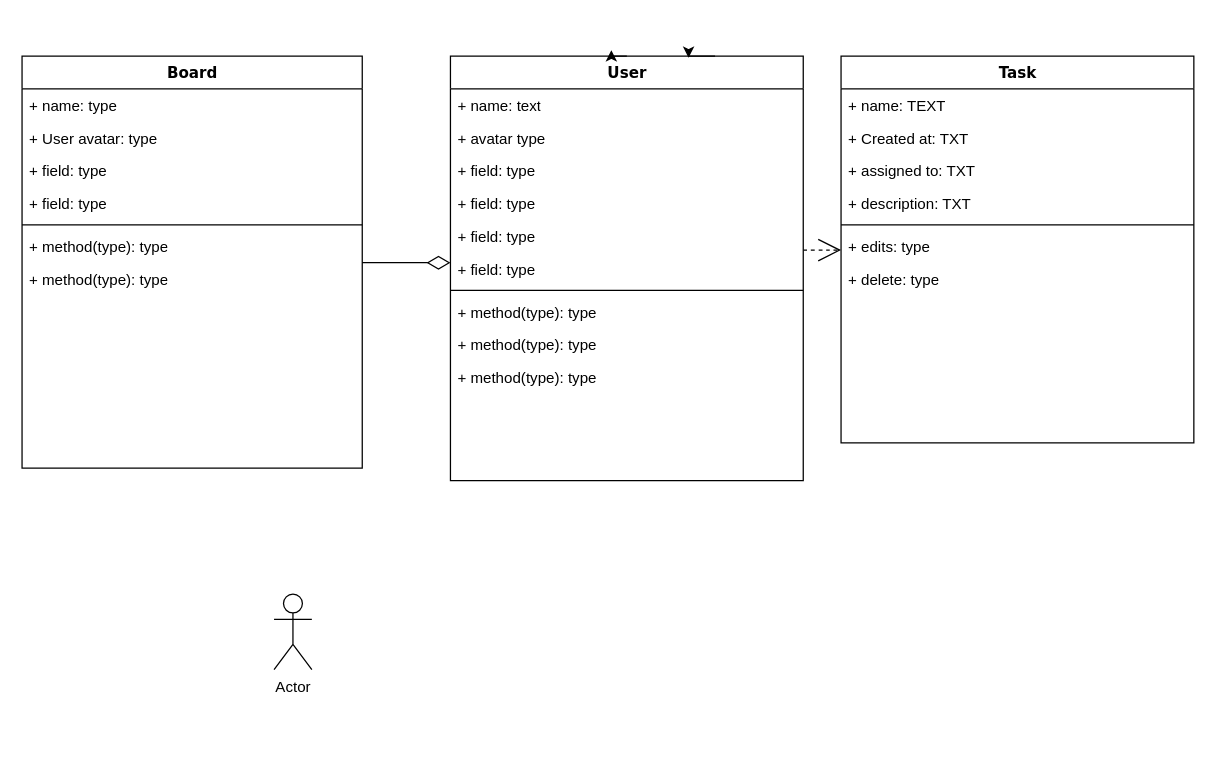
This is Untitled Diagram.drawio from HFMIRE/To-do-list, a draw.io file, before an edit. Source tidied: cells renumbered, new cells numbered last; positions are measured from the earlier drawing's top-left corner, leaving out a move shared by most shapes. Both pictures are drawn from the tidied source at 126%, with x=0, y=0 at pixel (21, 55).
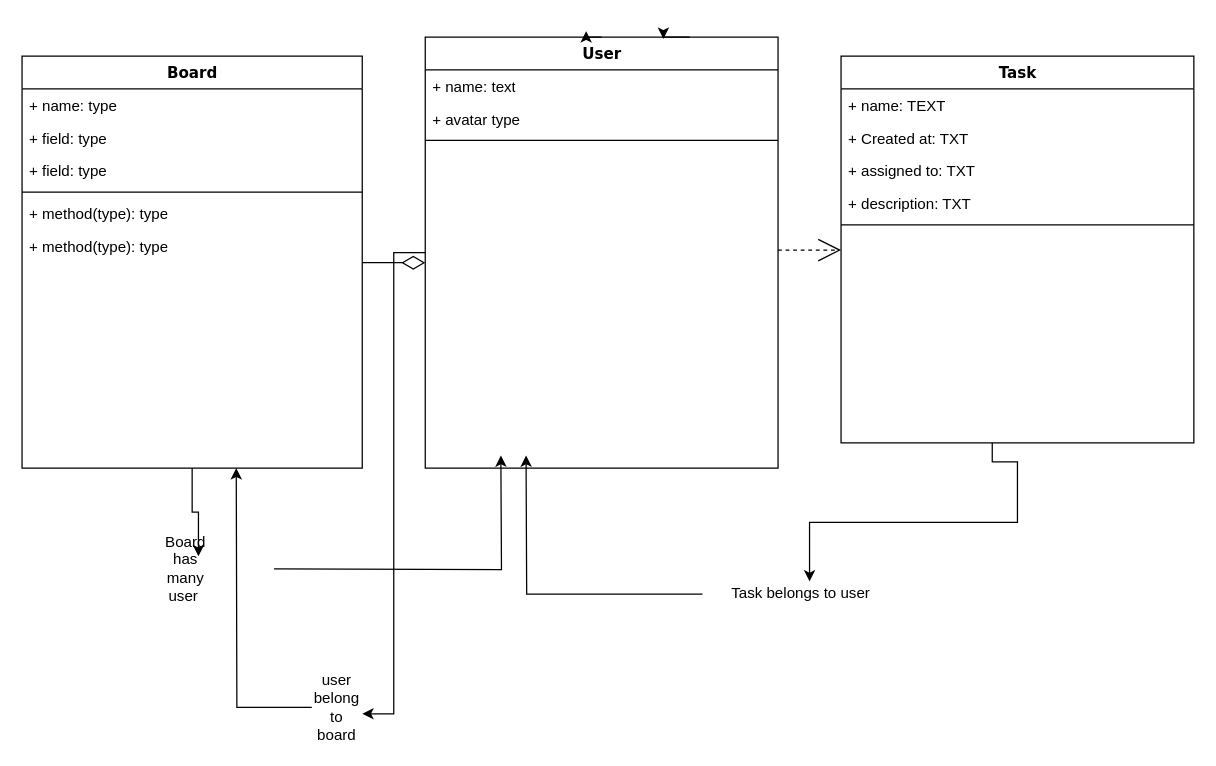
The same diagram, later.

The change refers to these unchanged cells:
```xml
<mxCell id="2" value="Board" style="swimlane;html=1;fontStyle=1;align=center;verticalAlign=top;horizontal=1;startSize=26;swimlaneFillColor=#ffffff;rounded=0;shadow=0;comic=0;labelBackgroundColor=none;strokeWidth=1;fillColor=none;fontFamily=Verdana;fontSize=12;" parent="1" vertex="1">
  <mxGeometry width="270" height="327" as="geometry" />
</mxCell>
<mxCell id="22" value="Task" style="swimlane;html=1;fontStyle=1;align=center;verticalAlign=top;horizontal=1;startSize=26;swimlaneFillColor=#ffffff;rounded=0;shadow=0;comic=0;labelBackgroundColor=none;strokeWidth=1;fillColor=none;fontFamily=Verdana;fontSize=12;" parent="1" vertex="1">
  <mxGeometry x="650" width="280" height="307" as="geometry" />
</mxCell>
```

Diff of the diagram source:
```diff
@@
+    <mxCell id="34" style="edgeStyle=orthogonalEdgeStyle;rounded=0;jettySize=auto;html=1;entryX=0.75;entryY=0;entryDx=0;entryDy=0;" parent="1" edge="1" source="2" target="40">
+      <mxGeometry relative="1" as="geometry" />
+    </mxCell>
@@
-    <mxCell id="4" value="+ User avatar: type" style="text;html=1;strokeColor=none;fillColor=none;align=left;verticalAlign=top;spacingLeft=4;spacingRight=4;whiteSpace=wrap;overflow=hidden;" parent="2" vertex="1">
-      <mxGeometry y="52" width="270" height="26" as="geometry" />
-    </mxCell>
     <mxCell id="5" value="+ field: type" style="text;html=1;strokeColor=none;fillColor=none;align=left;verticalAlign=top;spacingLeft=4;spacingRight=4;whiteSpace=wrap;overflow=hidden;" parent="2" vertex="1">
-      <mxGeometry y="78" width="270" height="26" as="geometry" />
+      <mxGeometry y="52" width="270" height="26" as="geometry" />
     </mxCell>
     <mxCell id="6" value="+ field: type" style="text;html=1;strokeColor=none;fillColor=none;align=left;verticalAlign=top;spacingLeft=4;spacingRight=4;whiteSpace=wrap;overflow=hidden;" parent="2" vertex="1">
-      <mxGeometry y="104" width="270" height="26" as="geometry" />
+      <mxGeometry y="78" width="270" height="26" as="geometry" />
     </mxCell>
     <mxCell id="7" style="line;html=1;strokeWidth=1;fillColor=none;align=left;verticalAlign=middle;spacingTop=-1;spacingLeft=3;spacingRight=3;labelPosition=right;" parent="2" vertex="1">
-      <mxGeometry y="130" width="270" height="8" as="geometry" />
+      <mxGeometry y="104" width="270" height="8" as="geometry" />
     </mxCell>
     <mxCell id="8" value="+ method(type): type" style="text;html=1;strokeColor=none;fillColor=none;align=left;verticalAlign=top;spacingLeft=4;spacingRight=4;whiteSpace=wrap;overflow=hidden;" parent="2" vertex="1">
-      <mxGeometry y="138" width="270" height="26" as="geometry" />
+      <mxGeometry y="112" width="270" height="26" as="geometry" />
     </mxCell>
     <mxCell id="9" value="+ method(type): type" style="text;html=1;strokeColor=none;fillColor=none;align=left;verticalAlign=top;spacingLeft=4;spacingRight=4;whiteSpace=wrap;overflow=hidden;" parent="2" vertex="1">
-      <mxGeometry y="164" width="270" height="26" as="geometry" />
+      <mxGeometry y="138" width="270" height="26" as="geometry" />
     </mxCell>
@@
+    <mxCell id="35" style="edgeStyle=orthogonalEdgeStyle;rounded=0;jettySize=auto;html=1;" parent="1" edge="1" target="38">
+      <mxGeometry relative="1" as="geometry">
+        <mxPoint x="770" y="307" as="sourcePoint" />
+        <Array as="points">
+          <mxPoint x="790" y="322" />
+          <mxPoint x="790" y="370" />
+          <mxPoint x="625" y="370" />
+        </Array>
+      </mxGeometry>
+    </mxCell>
+    <mxCell id="36" style="edgeStyle=orthogonalEdgeStyle;rounded=0;jettySize=auto;html=1;entryX=1;entryY=0.75;entryDx=0;entryDy=0;" parent="1" edge="1" source="11" target="42">
+      <mxGeometry relative="1" as="geometry" />
+    </mxCell>
     <mxCell id="11" value="User" style="swimlane;html=1;fontStyle=1;align=center;verticalAlign=top;horizontal=1;startSize=26;swimlaneFillColor=#ffffff;rounded=0;shadow=0;comic=0;labelBackgroundColor=none;strokeWidth=1;fillColor=none;fontFamily=Verdana;fontSize=12;" parent="1" vertex="1">
-      <mxGeometry x="340" width="280" height="337" as="geometry" />
+      <mxGeometry x="320" y="-15" width="280" height="342" as="geometry" />
     </mxCell>
@@
-    <mxCell id="14" value="+ field: type" style="text;html=1;strokeColor=none;fillColor=none;align=left;verticalAlign=top;spacingLeft=4;spacingRight=4;whiteSpace=wrap;overflow=hidden;" parent="11" vertex="1">
-      <mxGeometry y="78" width="280" height="26" as="geometry" />
-    </mxCell>
-    <mxCell id="15" value="+ field: type" style="text;html=1;strokeColor=none;fillColor=none;align=left;verticalAlign=top;spacingLeft=4;spacingRight=4;whiteSpace=wrap;overflow=hidden;" parent="11" vertex="1">
-      <mxGeometry y="104" width="280" height="26" as="geometry" />
-    </mxCell>
-    <mxCell id="16" value="+ field: type" style="text;html=1;strokeColor=none;fillColor=none;align=left;verticalAlign=top;spacingLeft=4;spacingRight=4;whiteSpace=wrap;overflow=hidden;" parent="11" vertex="1">
-      <mxGeometry y="130" width="280" height="26" as="geometry" />
-    </mxCell>
-    <mxCell id="17" value="+ field: type" style="text;html=1;strokeColor=none;fillColor=none;align=left;verticalAlign=top;spacingLeft=4;spacingRight=4;whiteSpace=wrap;overflow=hidden;" parent="11" vertex="1">
-      <mxGeometry y="156" width="280" height="26" as="geometry" />
-    </mxCell>
     <mxCell id="18" style="line;html=1;strokeWidth=1;fillColor=none;align=left;verticalAlign=middle;spacingTop=-1;spacingLeft=3;spacingRight=3;labelPosition=right;" parent="11" vertex="1">
-      <mxGeometry y="182" width="280" height="8" as="geometry" />
+      <mxGeometry y="78" width="280" height="8" as="geometry" />
     </mxCell>
-    <mxCell id="19" value="+ method(type): type" style="text;html=1;strokeColor=none;fillColor=none;align=left;verticalAlign=top;spacingLeft=4;spacingRight=4;whiteSpace=wrap;overflow=hidden;" parent="11" vertex="1">
-      <mxGeometry y="190" width="280" height="26" as="geometry" />
-    </mxCell>
-    <mxCell id="20" value="+ method(type): type" style="text;html=1;strokeColor=none;fillColor=none;align=left;verticalAlign=top;spacingLeft=4;spacingRight=4;whiteSpace=wrap;overflow=hidden;" parent="11" vertex="1">
-      <mxGeometry y="216" width="280" height="26" as="geometry" />
-    </mxCell>
-    <mxCell id="21" value="+ method(type): type" style="text;html=1;strokeColor=none;fillColor=none;align=left;verticalAlign=top;spacingLeft=4;spacingRight=4;whiteSpace=wrap;overflow=hidden;" parent="11" vertex="1">
-      <mxGeometry y="242" width="280" height="26" as="geometry" />
-    </mxCell>
@@
-    <mxCell id="28" value="+ edits: type" style="text;html=1;strokeColor=none;fillColor=none;align=left;verticalAlign=top;spacingLeft=4;spacingRight=4;whiteSpace=wrap;overflow=hidden;" parent="22" vertex="1">
-      <mxGeometry y="138" width="280" height="26" as="geometry" />
-    </mxCell>
-    <mxCell id="29" value="+ delete: type" style="text;html=1;strokeColor=none;fillColor=none;align=left;verticalAlign=top;spacingLeft=4;spacingRight=4;whiteSpace=wrap;overflow=hidden;" parent="22" vertex="1">
-      <mxGeometry y="164" width="280" height="26" as="geometry" />
-    </mxCell>
@@
-    <mxCell id="31" value="Actor" style="shape=umlActor;verticalLabelPosition=bottom;verticalAlign=top;html=1;" parent="1" vertex="1">
-      <mxGeometry x="200" y="427" width="30" height="60" as="geometry" />
-    </mxCell>
@@
+    <mxCell id="37" style="edgeStyle=orthogonalEdgeStyle;rounded=0;jettySize=auto;html=1;" parent="1" edge="1" source="38">
+      <mxGeometry relative="1" as="geometry">
+        <mxPoint x="400" y="317" as="targetPoint" />
+      </mxGeometry>
+    </mxCell>
+    <mxCell id="38" value="Task belongs to user&amp;nbsp;" style="text;html=1;strokeColor=none;fillColor=none;align=center;verticalAlign=middle;whiteSpace=wrap;rounded=0;" parent="1" vertex="1">
+      <mxGeometry x="540" y="417" width="160" height="20" as="geometry" />
+    </mxCell>
+    <mxCell id="39" style="edgeStyle=orthogonalEdgeStyle;rounded=0;orthogonalLoop=1;jettySize=auto;html=1;" parent="1" edge="1">
+      <mxGeometry relative="1" as="geometry">
+        <mxPoint x="200" y="407" as="sourcePoint" />
+        <mxPoint x="380" y="317" as="targetPoint" />
+      </mxGeometry>
+    </mxCell>
+    <mxCell id="40" value="Board has many user&amp;nbsp;" style="text;html=1;strokeColor=none;fillColor=none;align=center;verticalAlign=middle;whiteSpace=wrap;rounded=0;" parent="1" vertex="1">
+      <mxGeometry x="110" y="397" width="40" height="20" as="geometry" />
+    </mxCell>
+    <mxCell id="41" style="edgeStyle=orthogonalEdgeStyle;rounded=0;jettySize=auto;html=1;" parent="1" edge="1" source="42">
+      <mxGeometry relative="1" as="geometry">
+        <mxPoint x="170" y="327" as="targetPoint" />
+      </mxGeometry>
+    </mxCell>
+    <mxCell id="42" value="user belong to board" style="text;html=1;strokeColor=none;fillColor=none;align=center;verticalAlign=middle;whiteSpace=wrap;rounded=0;" parent="1" vertex="1">
+      <mxGeometry x="230" y="507" width="40" height="20" as="geometry" />
+    </mxCell>
```
